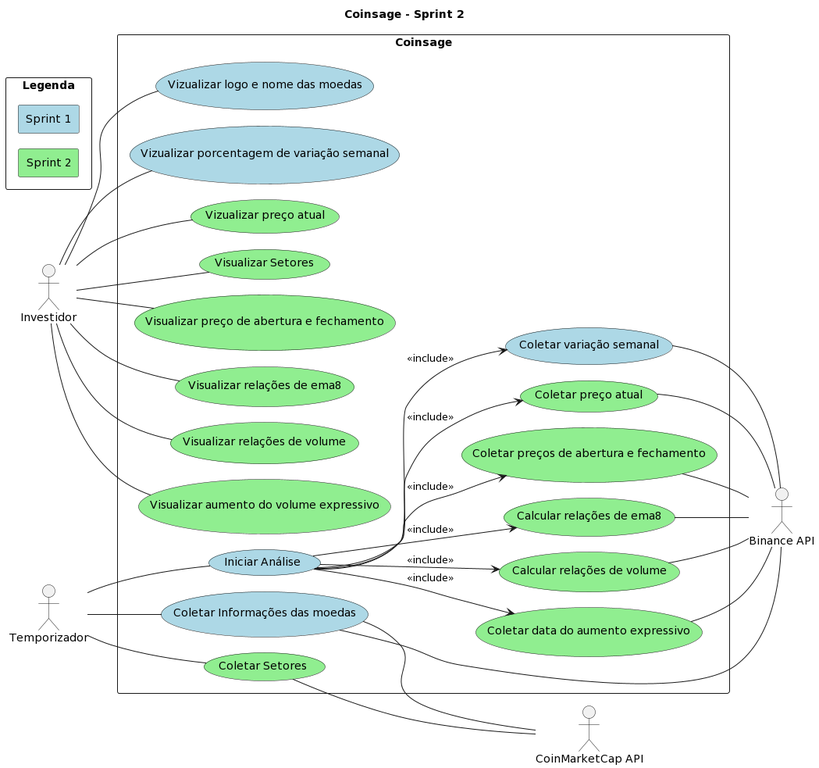
Earlier version of the PlantUML export Artefatos/diagramas/casos_de_uso/versions/pngs/current.png (ICEI-PUC-Minas-PPLES-TI/plf-es-2024-1-ti3-8981100-coinsage).
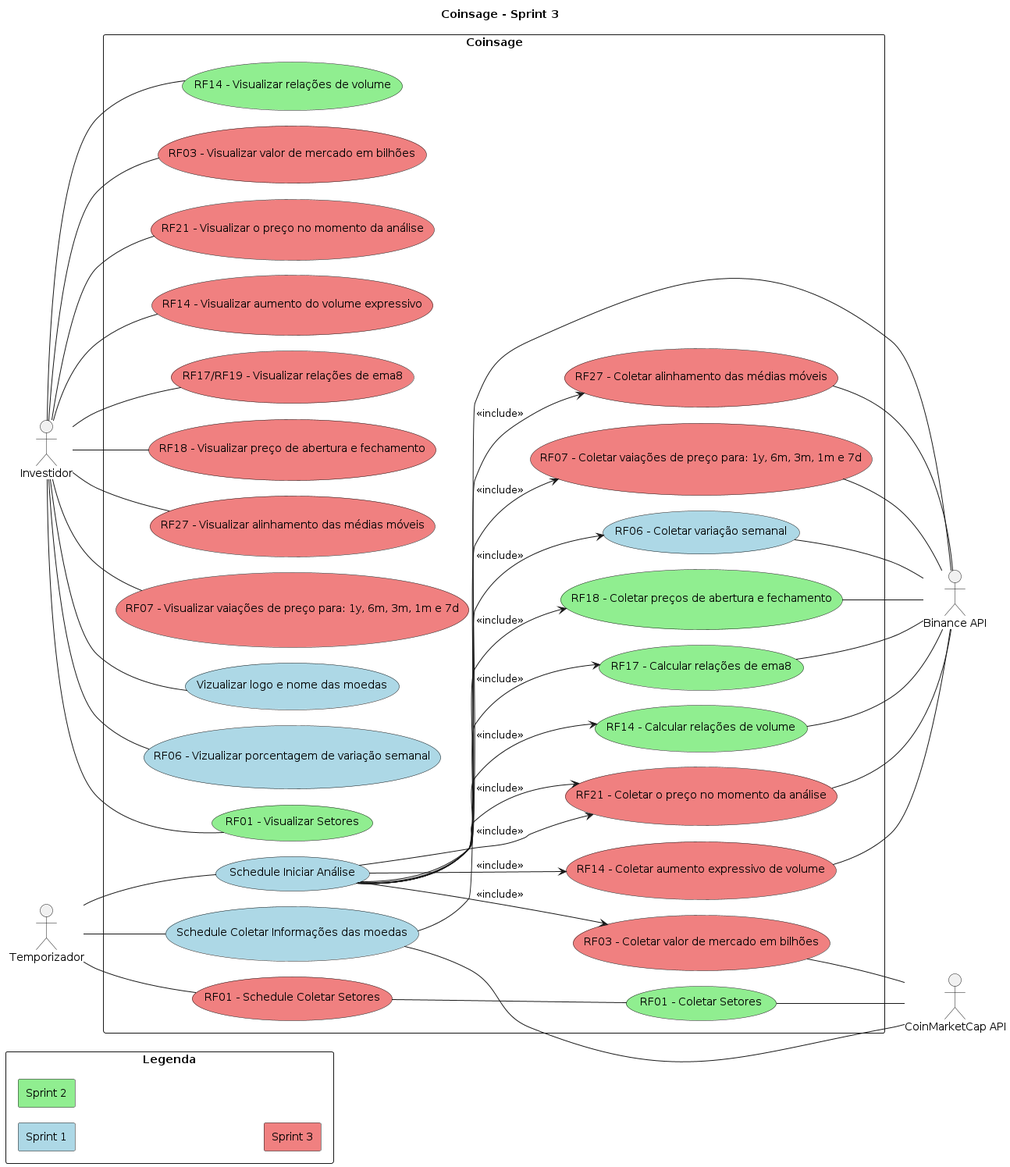
The same file after the commit.

What changed in the source:
```diff
@@ -1,5 +1,5 @@
 @startuml
-title Coinsage - Sprint 2
+title Coinsage - Sprint 3
 
 left to right direction
 actor "Investidor" as investor
@@ -14,38 +14,44 @@
 
     rectangle "Sprint 1" #LightBlue
     rectangle "Sprint 2" #LightGreen
+    rectangle "Sprint 3" #LightCoral
 }
 
 rectangle "Coinsage"{
     skinparam nodesep 20
 
-    usecase "Iniciar Análise" as sch_analysis #LightBlue
-    usecase "Coletar Informações das moedas" as sch_cripto_info #LightBlue
-    usecase "Coletar variação semanal" as collect_cripto_week_incresse #LightBlue
-    usecase "Coletar preço atual" as collect_cripto_current_price #LightGreen /' Should be sprint 1 but not ended '/
+    usecase "Schedule Coletar Informações das moedas" as sch_cripto_info #LightBlue
+    usecase "Schedule Iniciar Análise" as sch_analysis #LightBlue
+    usecase "RF01 - Schedule Coletar Setores" as sch_sectors #LightCoral /' Should be sprint 2 but not ended '/
 
-    usecase "Coletar Setores" as sch_sectors #LightGreen
-    usecase "Coletar preços de abertura e fechamento" as collect_cripto_open_close #LightGreen
-    usecase "Calcular relações de ema8" as collect_ema8_relations #LightGreen
-    usecase "Calcular relações de volume" as collect_volume_relations #LightGreen
-    usecase "Coletar data do aumento expressivo" as collect_expressive_volume_date #LightGreen
+    usecase "RF06 - Coletar variação semanal" as collect_cripto_week_incresse #LightBlue
+    usecase "RF01 - Coletar Setores" as collect_sectors #LightGreen
+    usecase "RF18 - Coletar preços de abertura e fechamento" as collect_cripto_open_close #LightGreen
+    usecase "RF17 - Calcular relações de ema8" as collect_ema8_relations #LightGreen
+    usecase "RF14 - Calcular relações de volume" as collect_volume_relations #LightGreen
+    usecase "RF03 - Coletar valor de mercado em bilhões" as collect_market_cap #LightCoral /' Should be sprint 2 but not ended '/
+    usecase "RF21 - Coletar o preço no momento da análise" as collect_cripto_current_price #LightCoral /' Should be sprint 2 but not ended '/
+    usecase "RF14 - Coletar aumento expressivo de volume" as collect_expressive_volume_date #LightCoral /' Should be sprint 2 but not ended '/
+    usecase "RF27 - Coletar alinhamento das médias móveis" as collect_emas_aligned #LightCoral
+    usecase "RF07 - Coletar vaiações de preço para: 1y, 6m, 3m, 1m e 7d" as collect_cripto_price_variations #LightCoral
 
     usecase "Vizualizar logo e nome das moedas" as view_cripto_info #LightBlue
-    usecase "Vizualizar porcentagem de variação semanal" as view_cripto_week_incresse #LightBlue
-    usecase "Vizualizar preço atual" as view_cripto_current_price #LightGreen /' Should be sprint 1 but not ended '/
-
-    usecase "Visualizar Setores" as view_sectors #LightGreen
-    usecase "Visualizar preço de abertura e fechamento" as view_cripto_open_close #LightGreen
-    usecase "Visualizar relações de ema8" as view_ema8_relations #LightGreen
-    usecase "Visualizar relações de volume" as view_volume_relations #LightGreen
-    usecase "Visualizar aumento do volume expressivo" as view_expressive_volume_increase #LightGreen
+    usecase "RF06 - Vizualizar porcentagem de variação semanal" as view_cripto_week_incresse #LightBlue
+    usecase "RF01 - Visualizar Setores" as view_sectors #LightGreen
+    usecase "RF14 - Visualizar relações de volume" as view_volume_relations #LightGreen
+    usecase "RF03 - Visualizar valor de mercado em bilhões" as view_market_cap #LightCoral /' Should be sprint 2 but not ended '/
+    usecase "RF21 - Visualizar o preço no momento da análise" as view_cripto_current_price #LightCoral /' Should be sprint 2 but not ended '/
+    usecase "RF14 - Visualizar aumento do volume expressivo" as view_expressive_volume_increase #LightCoral /' Should be sprint 2 but not ended '/
+    usecase "RF17/RF19 - Visualizar relações de ema8" as view_ema8_relations #LightCoral /' Should be sprint 2 but not ended '/
+    usecase "RF18 - Visualizar preço de abertura e fechamento" as view_cripto_open_close #LightCoral /' Should be sprint 2 but not ended '/
+    usecase "RF27 - Visualizar alinhamento das médias móveis" as view_emas_aligned #LightCoral
+    usecase "RF07 - Visualizar vaiações de preço para: 1y, 6m, 3m, 1m e 7d" as view_cripto_price_variations #LightCoral
 }
 
 schedule -- sch_analysis
+schedule -- sch_cripto_info
 schedule -- sch_sectors
-schedule -- sch_cripto_info
 
-sch_sectors -- cmc
 sch_cripto_info -- binance
 sch_cripto_info -- cmc
 collect_cripto_week_incresse -- binance
@@ -54,6 +60,11 @@
 collect_ema8_relations -- binance
 collect_volume_relations -- binance
 collect_expressive_volume_date -- binance
+collect_market_cap -- cmc
+collect_emas_aligned -- binance
+collect_cripto_price_variations -- binance
+sch_sectors -- collect_sectors
+collect_sectors -- cmc
 
 investor -- view_sectors
 investor -- view_cripto_info
@@ -63,6 +74,9 @@
 investor -- view_ema8_relations
 investor -- view_volume_relations
 investor -- view_expressive_volume_increase
+investor -- view_market_cap
+investor -- view_emas_aligned
+investor -- view_cripto_price_variations
 
 sch_analysis --> collect_cripto_week_incresse  : <<include>>
 sch_analysis --> collect_cripto_current_price  : <<include>>
@@ -70,4 +84,9 @@
 sch_analysis --> collect_ema8_relations  : <<include>>
 sch_analysis --> collect_volume_relations  : <<include>>
 sch_analysis --> collect_expressive_volume_date : <<include>>
+sch_analysis --> collect_market_cap : <<include>>
+sch_analysis --> collect_cripto_current_price : <<include>>
+sch_analysis --> collect_emas_aligned : <<include>>
+sch_analysis --> collect_cripto_price_variations : <<include>>
+
 @enduml
```
